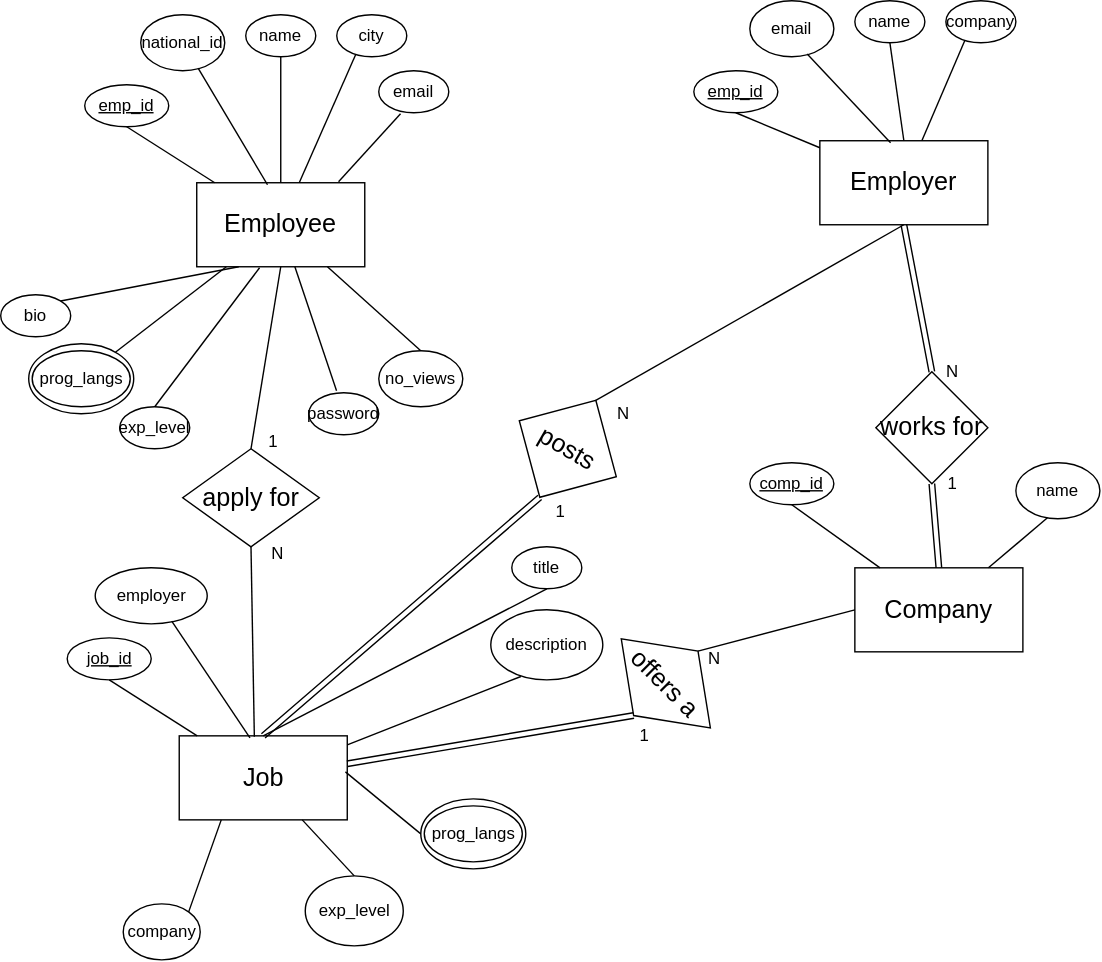
This is docs/ER Diagram.svg from SaifLotfi/Employment-Platform, a draw.io export, as it was before one commit. Source tidied: cells renumbered, new cells last; positions are measured from the earlier drawing's top-left corner, leaving out a move shared by most shapes. The source it was exported from:
```xml
<mxGraphModel>
  <root>
    <mxCell id="0" />
    <mxCell id="1" parent="0" />
    <mxCell id="2" value="&lt;font style=&quot;font-size: 18px;&quot;&gt;Employee&lt;/font&gt;" style="rounded=0;whiteSpace=wrap;html=1;" parent="1" vertex="1">
      <mxGeometry x="140" y="130" width="120" height="60" as="geometry" />
    </mxCell>
    <mxCell id="3" value="&lt;u&gt;emp_id&lt;/u&gt;" style="ellipse;whiteSpace=wrap;html=1;" parent="1" vertex="1">
      <mxGeometry x="60" y="60" width="60" height="30" as="geometry" />
    </mxCell>
    <mxCell id="4" style="endArrow=none;html=1;rounded=0;exitX=0.5;exitY=1;exitDx=0;exitDy=0;" parent="1" edge="1" source="3" target="2">
      <mxGeometry relative="1" as="geometry" />
    </mxCell>
    <mxCell id="5" value="national_id" style="ellipse;whiteSpace=wrap;html=1;" parent="1" vertex="1">
      <mxGeometry x="100" y="10" width="60" height="40" as="geometry" />
    </mxCell>
    <mxCell id="6" value="city" style="ellipse;whiteSpace=wrap;html=1;" parent="1" vertex="1">
      <mxGeometry x="240" y="10" width="50" height="30" as="geometry" />
    </mxCell>
    <mxCell id="7" value="name" style="ellipse;whiteSpace=wrap;html=1;" parent="1" vertex="1">
      <mxGeometry x="175" y="10" width="50" height="30" as="geometry" />
    </mxCell>
    <mxCell id="8" value="no_views" style="ellipse;whiteSpace=wrap;html=1;" parent="1" vertex="1">
      <mxGeometry x="270" y="250" width="60" height="40" as="geometry" />
    </mxCell>
    <mxCell id="9" value="password" style="ellipse;whiteSpace=wrap;html=1;" parent="1" vertex="1">
      <mxGeometry x="220" y="280" width="50" height="30" as="geometry" />
    </mxCell>
    <mxCell id="10" value="email" style="ellipse;whiteSpace=wrap;html=1;" parent="1" vertex="1">
      <mxGeometry x="270" y="50" width="50" height="30" as="geometry" />
    </mxCell>
    <mxCell id="11" value="exp_level" style="ellipse;whiteSpace=wrap;html=1;" parent="1" vertex="1">
      <mxGeometry x="85" y="290" width="50" height="30" as="geometry" />
    </mxCell>
    <mxCell id="12" value="bio" style="ellipse;whiteSpace=wrap;html=1;" parent="1" vertex="1">
      <mxGeometry y="210" width="50" height="30" as="geometry" />
    </mxCell>
    <mxCell id="13" style="endArrow=none;html=1;rounded=0;entryX=0.683;entryY=0.952;entryDx=0;entryDy=0;entryPerimeter=0;exitX=0.421;exitY=0.024;exitDx=0;exitDy=0;exitPerimeter=0;" parent="1" edge="1" source="2" target="5">
      <mxGeometry relative="1" as="geometry" />
    </mxCell>
    <mxCell id="14" style="endArrow=none;html=1;rounded=0;entryX=0.5;entryY=1;entryDx=0;entryDy=0;exitX=0.5;exitY=0;exitDx=0;exitDy=0;" parent="1" edge="1" source="2" target="7">
      <mxGeometry relative="1" as="geometry" />
    </mxCell>
    <mxCell id="15" style="endArrow=none;html=1;rounded=0;entryX=0.269;entryY=0.952;entryDx=0;entryDy=0;entryPerimeter=0;" parent="1" edge="1" source="2" target="6">
      <mxGeometry relative="1" as="geometry" />
    </mxCell>
    <mxCell id="16" style="endArrow=none;html=1;rounded=0;exitX=0.844;exitY=-0.012;exitDx=0;exitDy=0;exitPerimeter=0;entryX=0.311;entryY=1.024;entryDx=0;entryDy=0;entryPerimeter=0;" parent="1" edge="1" source="2" target="10">
      <mxGeometry relative="1" as="geometry" />
    </mxCell>
    <mxCell id="17" style="endArrow=none;html=1;rounded=0;exitX=1;exitY=0;exitDx=0;exitDy=0;entryX=0.25;entryY=1;entryDx=0;entryDy=0;" parent="1" edge="1" source="12" target="2">
      <mxGeometry relative="1" as="geometry" />
    </mxCell>
    <mxCell id="18" style="endArrow=none;html=1;rounded=0;" parent="1" edge="1" source="45" target="2">
      <mxGeometry relative="1" as="geometry" />
    </mxCell>
    <mxCell id="19" style="endArrow=none;html=1;rounded=0;exitX=0.5;exitY=0;exitDx=0;exitDy=0;entryX=0.374;entryY=1.012;entryDx=0;entryDy=0;entryPerimeter=0;" parent="1" edge="1" source="11" target="2">
      <mxGeometry relative="1" as="geometry" />
    </mxCell>
    <mxCell id="20" style="endArrow=none;html=1;rounded=0;exitX=0.397;exitY=-0.048;exitDx=0;exitDy=0;exitPerimeter=0;" parent="1" edge="1" source="9" target="2">
      <mxGeometry relative="1" as="geometry" />
    </mxCell>
    <mxCell id="21" style="endArrow=none;html=1;rounded=0;exitX=0.5;exitY=0;exitDx=0;exitDy=0;" parent="1" edge="1" source="8" target="2">
      <mxGeometry relative="1" as="geometry" />
    </mxCell>
    <mxCell id="22" value="&lt;font style=&quot;font-size: 18px;&quot;&gt;Employer&lt;/font&gt;" style="rounded=0;whiteSpace=wrap;html=1;" parent="1" vertex="1">
      <mxGeometry x="585" y="100" width="120" height="60" as="geometry" />
    </mxCell>
    <mxCell id="23" value="&lt;u&gt;emp_id&lt;/u&gt;" style="ellipse;whiteSpace=wrap;html=1;" parent="1" vertex="1">
      <mxGeometry x="495" y="50" width="60" height="30" as="geometry" />
    </mxCell>
    <mxCell id="24" style="endArrow=none;html=1;rounded=0;exitX=0.5;exitY=1;exitDx=0;exitDy=0;" parent="1" edge="1" source="23" target="22">
      <mxGeometry relative="1" as="geometry" />
    </mxCell>
    <mxCell id="25" value="email" style="ellipse;whiteSpace=wrap;html=1;" parent="1" vertex="1">
      <mxGeometry x="535" width="60" height="40" as="geometry" />
    </mxCell>
    <mxCell id="26" value="company" style="ellipse;whiteSpace=wrap;html=1;" parent="1" vertex="1">
      <mxGeometry x="675" width="50" height="30" as="geometry" />
    </mxCell>
    <mxCell id="27" value="name" style="ellipse;whiteSpace=wrap;html=1;" parent="1" vertex="1">
      <mxGeometry x="610" width="50" height="30" as="geometry" />
    </mxCell>
    <mxCell id="28" style="endArrow=none;html=1;rounded=0;entryX=0.683;entryY=0.952;entryDx=0;entryDy=0;entryPerimeter=0;exitX=0.421;exitY=0.024;exitDx=0;exitDy=0;exitPerimeter=0;" parent="1" edge="1" source="22" target="25">
      <mxGeometry relative="1" as="geometry" />
    </mxCell>
    <mxCell id="29" style="endArrow=none;html=1;rounded=0;entryX=0.5;entryY=1;entryDx=0;entryDy=0;exitX=0.5;exitY=0;exitDx=0;exitDy=0;" parent="1" edge="1" source="22" target="27">
      <mxGeometry relative="1" as="geometry" />
    </mxCell>
    <mxCell id="30" style="endArrow=none;html=1;rounded=0;entryX=0.269;entryY=0.952;entryDx=0;entryDy=0;entryPerimeter=0;" parent="1" edge="1" source="22" target="26">
      <mxGeometry relative="1" as="geometry" />
    </mxCell>
    <mxCell id="31" value="&lt;font style=&quot;font-size: 18px;&quot;&gt;Job&lt;/font&gt;" style="rounded=0;whiteSpace=wrap;html=1;" parent="1" vertex="1">
      <mxGeometry x="127.5" y="525" width="120" height="60" as="geometry" />
    </mxCell>
    <mxCell id="32" value="&lt;u&gt;job_id&lt;/u&gt;" style="ellipse;whiteSpace=wrap;html=1;" parent="1" vertex="1">
      <mxGeometry x="47.5" y="455" width="60" height="30" as="geometry" />
    </mxCell>
    <mxCell id="33" style="endArrow=none;html=1;rounded=0;exitX=0.5;exitY=1;exitDx=0;exitDy=0;" parent="1" edge="1" source="32" target="31">
      <mxGeometry relative="1" as="geometry" />
    </mxCell>
    <mxCell id="34" value="employer" style="ellipse;whiteSpace=wrap;html=1;" parent="1" vertex="1">
      <mxGeometry x="67.5" y="405" width="80" height="40" as="geometry" />
    </mxCell>
    <mxCell id="35" value="description" style="ellipse;whiteSpace=wrap;html=1;" parent="1" vertex="1">
      <mxGeometry x="350" y="435" width="80" height="50" as="geometry" />
    </mxCell>
    <mxCell id="36" value="title" style="ellipse;whiteSpace=wrap;html=1;" parent="1" vertex="1">
      <mxGeometry x="365" y="390" width="50" height="30" as="geometry" />
    </mxCell>
    <mxCell id="37" value="exp_level" style="ellipse;whiteSpace=wrap;html=1;" parent="1" vertex="1">
      <mxGeometry x="217.5" y="625" width="70" height="50" as="geometry" />
    </mxCell>
    <mxCell id="38" value="company" style="ellipse;whiteSpace=wrap;html=1;" parent="1" vertex="1">
      <mxGeometry x="87.5" y="645" width="55" height="40" as="geometry" />
    </mxCell>
    <mxCell id="39" style="endArrow=none;html=1;rounded=0;entryX=0.683;entryY=0.952;entryDx=0;entryDy=0;entryPerimeter=0;exitX=0.421;exitY=0.024;exitDx=0;exitDy=0;exitPerimeter=0;" parent="1" edge="1" source="31" target="34">
      <mxGeometry relative="1" as="geometry" />
    </mxCell>
    <mxCell id="40" style="endArrow=none;html=1;rounded=0;entryX=0.5;entryY=1;entryDx=0;entryDy=0;exitX=0.5;exitY=0;exitDx=0;exitDy=0;" parent="1" edge="1" source="31" target="36">
      <mxGeometry relative="1" as="geometry" />
    </mxCell>
    <mxCell id="41" style="endArrow=none;html=1;rounded=0;entryX=0.269;entryY=0.952;entryDx=0;entryDy=0;entryPerimeter=0;" parent="1" edge="1" source="31" target="35">
      <mxGeometry relative="1" as="geometry" />
    </mxCell>
    <mxCell id="42" style="endArrow=none;html=1;rounded=0;exitX=1;exitY=0;exitDx=0;exitDy=0;entryX=0.25;entryY=1;entryDx=0;entryDy=0;" parent="1" edge="1" source="38" target="31">
      <mxGeometry relative="1" as="geometry" />
    </mxCell>
    <mxCell id="43" style="endArrow=none;html=1;rounded=0;exitX=0.5;exitY=0;exitDx=0;exitDy=0;" parent="1" edge="1" source="37" target="31">
      <mxGeometry relative="1" as="geometry" />
    </mxCell>
    <mxCell id="44" value="prog_langs" style="ellipse;whiteSpace=wrap;html=1;" parent="1" vertex="1">
      <mxGeometry x="22.5" y="250" width="70" height="40" as="geometry" />
    </mxCell>
    <mxCell id="45" style="ellipse;whiteSpace=wrap;html=1;fillColor=none;" parent="1" vertex="1">
      <mxGeometry x="20" y="245" width="75" height="50" as="geometry" />
    </mxCell>
    <mxCell id="46" value="&lt;font style=&quot;font-size: 18px;&quot;&gt;posts&lt;/font&gt;" style="rhombus;whiteSpace=wrap;html=1;rotation=30;" parent="1" vertex="1">
      <mxGeometry x="365" y="280" width="80" height="80" as="geometry" />
    </mxCell>
    <mxCell id="47" style="endArrow=none;html=1;rounded=0;entryX=0.5;entryY=1;entryDx=0;entryDy=0;exitX=0.5;exitY=0;exitDx=0;exitDy=0;" parent="1" edge="1" source="46" target="22">
      <mxGeometry relative="1" as="geometry" />
    </mxCell>
    <mxCell id="48" value="&lt;span style=&quot;font-size: 18px;&quot;&gt;Company&lt;/span&gt;" style="rounded=0;whiteSpace=wrap;html=1;" parent="1" vertex="1">
      <mxGeometry x="610" y="405" width="120" height="60" as="geometry" />
    </mxCell>
    <mxCell id="49" value="&lt;u&gt;comp_id&lt;/u&gt;" style="ellipse;whiteSpace=wrap;html=1;" parent="1" vertex="1">
      <mxGeometry x="535" y="330" width="60" height="30" as="geometry" />
    </mxCell>
    <mxCell id="50" style="endArrow=none;html=1;rounded=0;exitX=0.5;exitY=1;exitDx=0;exitDy=0;" parent="1" edge="1" source="49" target="48">
      <mxGeometry relative="1" as="geometry" />
    </mxCell>
    <mxCell id="51" value="name" style="ellipse;whiteSpace=wrap;html=1;" parent="1" vertex="1">
      <mxGeometry x="725" y="330" width="60" height="40" as="geometry" />
    </mxCell>
    <mxCell id="52" style="endArrow=none;html=1;rounded=0;entryX=0.376;entryY=0.982;entryDx=0;entryDy=0;entryPerimeter=0;" parent="1" edge="1" source="48" target="51">
      <mxGeometry relative="1" as="geometry" />
    </mxCell>
    <mxCell id="53" value="&lt;font style=&quot;font-size: 18px;&quot;&gt;works for&lt;/font&gt;" style="rhombus;whiteSpace=wrap;html=1;" parent="1" vertex="1">
      <mxGeometry x="625" y="265" width="80" height="80" as="geometry" />
    </mxCell>
    <mxCell id="54" style="endArrow=none;html=1;rounded=0;entryX=0.5;entryY=1;entryDx=0;entryDy=0;exitX=0.5;exitY=0;exitDx=0;exitDy=0;shape=link;" parent="1" edge="1" source="53" target="22">
      <mxGeometry relative="1" as="geometry" />
    </mxCell>
    <mxCell id="55" style="endArrow=none;html=1;rounded=0;exitX=0.5;exitY=0;exitDx=0;exitDy=0;entryX=0.5;entryY=1;entryDx=0;entryDy=0;shape=link;" parent="1" edge="1" source="48" target="53">
      <mxGeometry relative="1" as="geometry" />
    </mxCell>
    <mxCell id="56" style="group;" parent="1" vertex="1">
      <mxGeometry x="300" y="570" width="75" height="50" as="geometry" />
    </mxCell>
    <mxCell id="57" value="prog_langs" style="ellipse;whiteSpace=wrap;html=1;" parent="56" vertex="1">
      <mxGeometry x="2.5" y="5" width="70" height="40" as="geometry" />
    </mxCell>
    <mxCell id="58" style="ellipse;whiteSpace=wrap;html=1;fillColor=none;" parent="56" vertex="1">
      <mxGeometry width="75" height="50" as="geometry" />
    </mxCell>
    <mxCell id="59" style="endArrow=none;html=1;rounded=0;exitX=0.989;exitY=0.429;exitDx=0;exitDy=0;exitPerimeter=0;entryX=0;entryY=0.5;entryDx=0;entryDy=0;" parent="1" edge="1" source="31" target="58">
      <mxGeometry relative="1" as="geometry" />
    </mxCell>
    <mxCell id="60" style="endArrow=none;html=1;rounded=0;entryX=0.5;entryY=1;entryDx=0;entryDy=0;exitX=0.5;exitY=0;exitDx=0;exitDy=0;shape=link;" parent="1" edge="1" source="31" target="46">
      <mxGeometry relative="1" as="geometry" />
    </mxCell>
    <mxCell id="61" value="&lt;span style=&quot;font-size: 18px;&quot;&gt;offers a&lt;/span&gt;" style="rhombus;whiteSpace=wrap;html=1;rotation=45;" parent="1" vertex="1">
      <mxGeometry x="430" y="455" width="90" height="65" as="geometry" />
    </mxCell>
    <mxCell id="62" style="endArrow=none;html=1;rounded=0;entryX=0;entryY=0.5;entryDx=0;entryDy=0;exitX=0.5;exitY=0;exitDx=0;exitDy=0;" parent="1" edge="1" source="61" target="48">
      <mxGeometry relative="1" as="geometry" />
    </mxCell>
    <mxCell id="63" style="endArrow=none;html=1;rounded=0;entryX=0.5;entryY=1;entryDx=0;entryDy=0;shape=link;" parent="1" edge="1" source="31" target="61">
      <mxGeometry relative="1" as="geometry" />
    </mxCell>
    <mxCell id="64" value="&lt;font style=&quot;font-size: 18px;&quot;&gt;apply for&lt;/font&gt;" style="rhombus;whiteSpace=wrap;html=1;" parent="1" vertex="1">
      <mxGeometry x="130" y="320" width="97.5" height="70" as="geometry" />
    </mxCell>
    <mxCell id="65" style="endArrow=none;html=1;rounded=0;entryX=0.5;entryY=1;entryDx=0;entryDy=0;exitX=0.5;exitY=0;exitDx=0;exitDy=0;" parent="1" edge="1" source="64" target="2">
      <mxGeometry relative="1" as="geometry" />
    </mxCell>
    <mxCell id="66" style="endArrow=none;html=1;rounded=0;entryX=0.5;entryY=1;entryDx=0;entryDy=0;exitX=0.447;exitY=0.012;exitDx=0;exitDy=0;exitPerimeter=0;" parent="1" edge="1" source="31" target="64">
      <mxGeometry relative="1" as="geometry" />
    </mxCell>
    <mxCell id="67" value="1" style="text;html=1;align=center;verticalAlign=middle;whiteSpace=wrap;rounded=0;" parent="1" vertex="1">
      <mxGeometry x="650" y="330" width="60" height="30" as="geometry" />
    </mxCell>
    <mxCell id="68" value="N" style="text;html=1;align=center;verticalAlign=middle;whiteSpace=wrap;rounded=0;" parent="1" vertex="1">
      <mxGeometry x="650" y="250" width="60" height="30" as="geometry" />
    </mxCell>
    <mxCell id="69" value="N" style="text;html=1;align=center;verticalAlign=middle;whiteSpace=wrap;rounded=0;" parent="1" vertex="1">
      <mxGeometry x="480" y="455" width="60" height="30" as="geometry" />
    </mxCell>
    <mxCell id="70" value="1" style="text;html=1;align=center;verticalAlign=middle;whiteSpace=wrap;rounded=0;" parent="1" vertex="1">
      <mxGeometry x="430" y="510" width="60" height="30" as="geometry" />
    </mxCell>
    <mxCell id="71" value="N" style="text;html=1;align=center;verticalAlign=middle;whiteSpace=wrap;rounded=0;" parent="1" vertex="1">
      <mxGeometry x="415" y="280" width="60" height="30" as="geometry" />
    </mxCell>
    <mxCell id="72" value="1" style="text;html=1;align=center;verticalAlign=middle;whiteSpace=wrap;rounded=0;" parent="1" vertex="1">
      <mxGeometry x="370" y="350" width="60" height="30" as="geometry" />
    </mxCell>
    <mxCell id="73" value="N" style="text;html=1;align=center;verticalAlign=middle;whiteSpace=wrap;rounded=0;" parent="1" vertex="1">
      <mxGeometry x="167.5" y="380" width="60" height="30" as="geometry" />
    </mxCell>
    <mxCell id="74" value="1" style="text;html=1;align=center;verticalAlign=middle;whiteSpace=wrap;rounded=0;" parent="1" vertex="1">
      <mxGeometry x="165" y="300" width="60" height="30" as="geometry" />
    </mxCell>
  </root>
</mxGraphModel>
```
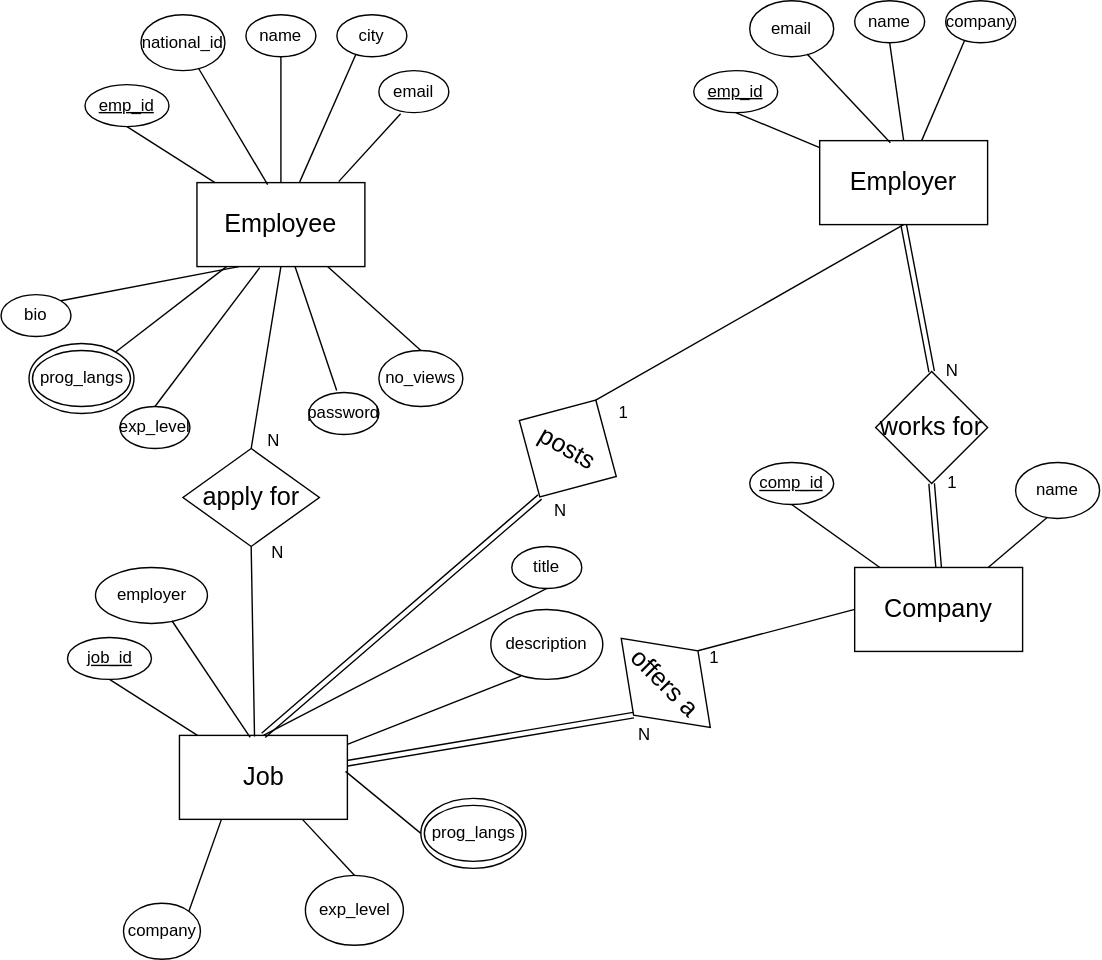
After the commit.

Commit message:
docs(database design): Fix Cardinality Ratio in ER Diagram

Change to the diagram source:
```diff
@@ -203,22 +203,22 @@
     <mxCell id="68" value="N" style="text;html=1;align=center;verticalAlign=middle;whiteSpace=wrap;rounded=0;" parent="1" vertex="1">
       <mxGeometry x="650" y="250" width="60" height="30" as="geometry" />
     </mxCell>
-    <mxCell id="69" value="N" style="text;html=1;align=center;verticalAlign=middle;whiteSpace=wrap;rounded=0;" parent="1" vertex="1">
+    <mxCell id="69" value="1" style="text;html=1;align=center;verticalAlign=middle;whiteSpace=wrap;rounded=0;" parent="1" vertex="1">
       <mxGeometry x="480" y="455" width="60" height="30" as="geometry" />
     </mxCell>
-    <mxCell id="70" value="1" style="text;html=1;align=center;verticalAlign=middle;whiteSpace=wrap;rounded=0;" parent="1" vertex="1">
+    <mxCell id="70" value="N" style="text;html=1;align=center;verticalAlign=middle;whiteSpace=wrap;rounded=0;" parent="1" vertex="1">
       <mxGeometry x="430" y="510" width="60" height="30" as="geometry" />
     </mxCell>
-    <mxCell id="71" value="N" style="text;html=1;align=center;verticalAlign=middle;whiteSpace=wrap;rounded=0;" parent="1" vertex="1">
+    <mxCell id="71" value="1" style="text;html=1;align=center;verticalAlign=middle;whiteSpace=wrap;rounded=0;" parent="1" vertex="1">
       <mxGeometry x="415" y="280" width="60" height="30" as="geometry" />
     </mxCell>
-    <mxCell id="72" value="1" style="text;html=1;align=center;verticalAlign=middle;whiteSpace=wrap;rounded=0;" parent="1" vertex="1">
+    <mxCell id="72" value="N" style="text;html=1;align=center;verticalAlign=middle;whiteSpace=wrap;rounded=0;" parent="1" vertex="1">
       <mxGeometry x="370" y="350" width="60" height="30" as="geometry" />
     </mxCell>
     <mxCell id="73" value="N" style="text;html=1;align=center;verticalAlign=middle;whiteSpace=wrap;rounded=0;" parent="1" vertex="1">
       <mxGeometry x="167.5" y="380" width="60" height="30" as="geometry" />
     </mxCell>
-    <mxCell id="74" value="1" style="text;html=1;align=center;verticalAlign=middle;whiteSpace=wrap;rounded=0;" parent="1" vertex="1">
+    <mxCell id="74" value="N" style="text;html=1;align=center;verticalAlign=middle;whiteSpace=wrap;rounded=0;" parent="1" vertex="1">
       <mxGeometry x="165" y="300" width="60" height="30" as="geometry" />
     </mxCell>
   </root>
```
